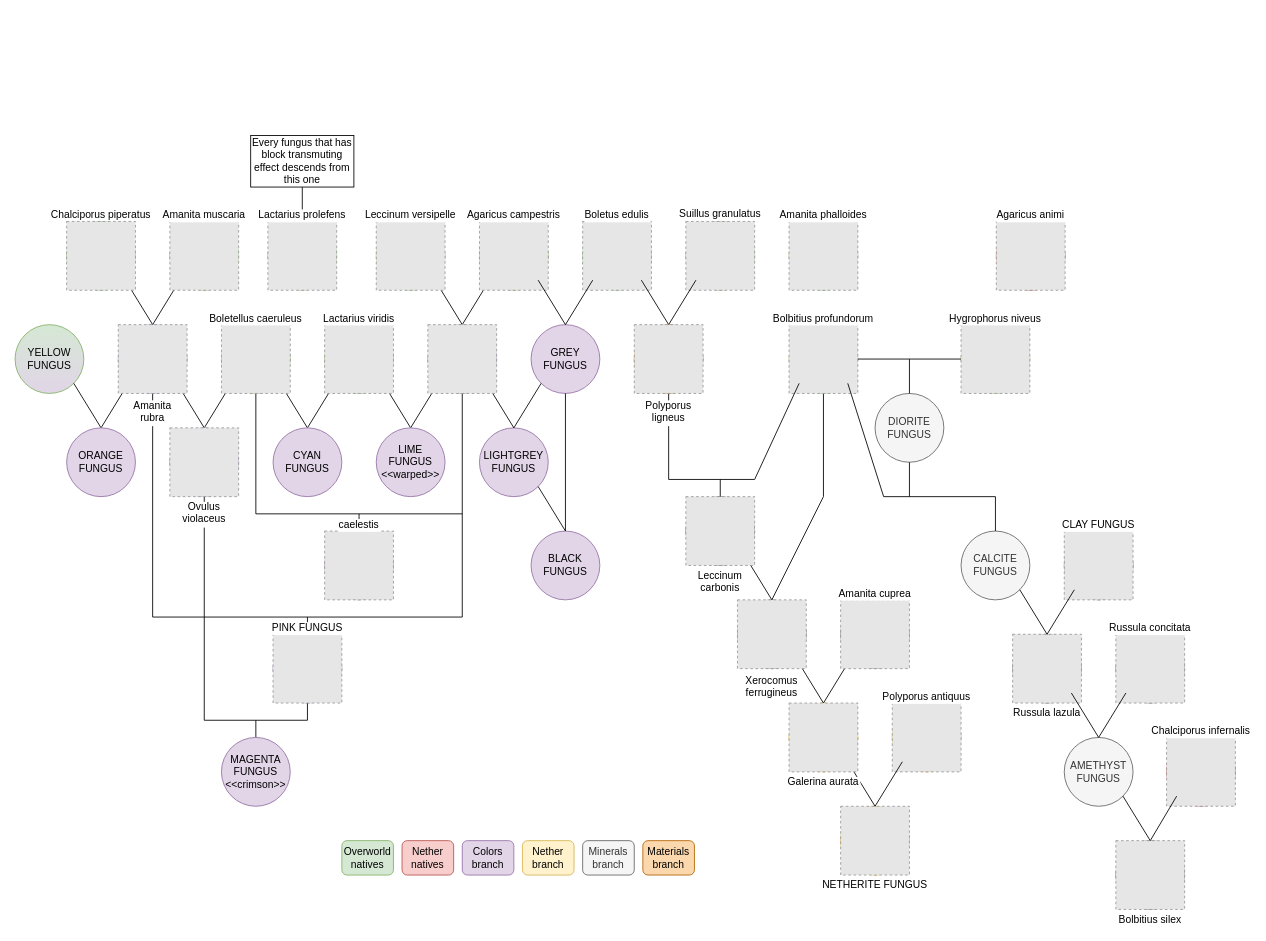
SimoMett/MycologyMC keeps this draw.io diagram as src/main/resources/data/mycologymod/mutations/mutations-diagram.drawio. Above is the earlier version. Source tidied: cells renumbered, new cells numbered last; positions are measured from the earlier drawing's top-left corner, leaving out a move shared by most shapes. Both pictures are drawn from the tidied source at 86%, with x=0, y=0 at pixel (15, 135). Pictures stored in the file or linked from it are replaced by grey dashed boxes.
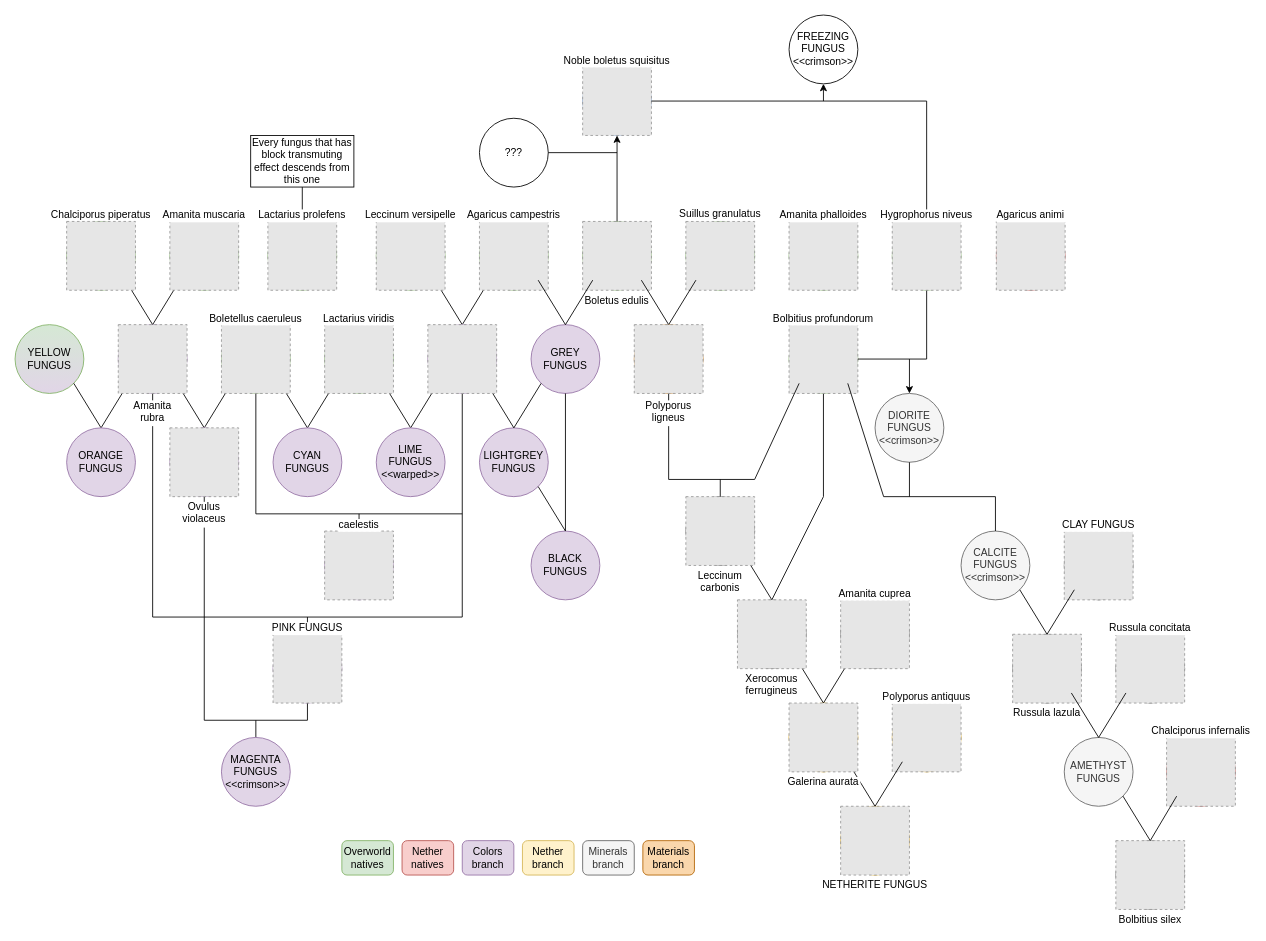
After the change.

Commit message (it also covers changes not shown here):
Added FREEZING_FUNGUS and more mutations

Unchanged cells that the change refers to:
```xml
<mxCell id="49" style="ellipse;whiteSpace=wrap;html=1;fillColor=#d5e8d4;strokeColor=#82b366;" parent="1" vertex="1">
  <mxGeometry x="660" y="100" width="80" height="80" as="geometry" />
</mxCell>
<mxCell id="72" style="ellipse;whiteSpace=wrap;html=1;fillColor=#d5e8d4;strokeColor=#82b366;" parent="1" vertex="1">
  <mxGeometry x="900" y="220" width="80" height="80" as="geometry" />
</mxCell>
<mxCell id="80" style="ellipse;whiteSpace=wrap;html=1;fillColor=#f5f5f5;fontColor=#333333;strokeColor=#666666;" parent="1" vertex="1">
  <mxGeometry x="840" y="540" width="80" height="80" as="geometry" />
</mxCell>
```

The edit, as a diff of the source:
```diff
@@
-    <mxCell id="59" value="Boletus edulis" style="fillColor=#E6E6E6;strokeColor=#999999;dashed=1;verticalLabelPosition=top;labelBackgroundColor=default;verticalAlign=bottom;spacing=0;labelPosition=center;align=center;" parent="1" vertex="1">
+    <mxCell id="59" value="Boletus edulis" style="fillColor=#E6E6E6;strokeColor=#999999;dashed=1;verticalLabelPosition=bottom;labelBackgroundColor=default;verticalAlign=top;spacing=0;labelPosition=center;align=center;" parent="1" vertex="1">
       <mxGeometry x="660" y="100" width="80" height="80" as="geometry" />
     </mxCell>
@@
-    <mxCell id="77" style="endArrow=none;html=1;rounded=0;entryX=0.5;entryY=1;entryDx=0;entryDy=0;" parent="1" edge="1" target="72">
+    <mxCell id="77" style="endArrow=none;html=1;rounded=0;entryX=0.5;entryY=1;entryDx=0;entryDy=0;exitX=0.5;exitY=0;exitDx=0;exitDy=0;" parent="1" edge="1" source="80" target="72">
       <mxGeometry relative="1" as="geometry">
-        <mxPoint x="940" y="420" as="sourcePoint" />
+        <Array as="points">
+          <mxPoint x="940" y="420" />
+        </Array>
       </mxGeometry>
     </mxCell>
@@
-    <mxCell id="87" value="Xerocomus&#10;ferrugineus" style="fillColor=#E6E6E6;strokeColor=#999999;dashed=1;verticalLabelPosition=bottom;labelBackgroundColor=default;verticalAlign=top;spacing=2;labelPosition=center;align=center;" parent="1" vertex="1">
+    <mxCell id="87" value="Xerocomus&#10;ferrugineus" style="fillColor=#E6E6E6;strokeColor=#999999;dashed=1;verticalLabelPosition=bottom;labelBackgroundColor=default;verticalAlign=top;spacing=0;labelPosition=center;align=center;" parent="1" vertex="1">
       <mxGeometry x="840" y="540" width="80" height="80" as="geometry" />
     </mxCell>
@@
     <mxCell id="110" style="ellipse;whiteSpace=wrap;html=1;fillColor=#d5e8d4;strokeColor=#82b366;" parent="1" vertex="1">
-      <mxGeometry x="1100" y="220" width="80" height="80" as="geometry" />
+      <mxGeometry x="1020" y="100" width="80" height="80" as="geometry" />
     </mxCell>
-    <mxCell id="111" value="Hygrophorus niveus" style="fillColor=#E6E6E6;strokeColor=#999999;dashed=1;verticalLabelPosition=top;labelBackgroundColor=default;verticalAlign=bottom;spacing=0;labelPosition=center;align=center;" parent="1" vertex="1">
-      <mxGeometry x="1100" y="220" width="80" height="80" as="geometry" />
-    </mxCell>
@@
-    <mxCell id="122" value="CALCITE&lt;div&gt;FUNGUS&lt;/div&gt;" style="ellipse;whiteSpace=wrap;html=1;fillColor=#f5f5f5;fontColor=#333333;strokeColor=#666666;" parent="1" vertex="1">
+    <mxCell id="122" value="CALCITE&lt;div&gt;FUNGUS&lt;/div&gt;&lt;div&gt;&amp;lt;&amp;lt;crimson&amp;gt;&amp;gt;&lt;/div&gt;" style="ellipse;whiteSpace=wrap;html=1;fillColor=#f5f5f5;fontColor=#333333;strokeColor=#666666;" parent="1" vertex="1">
       <mxGeometry x="1100" y="460" width="80" height="80" as="geometry" />
     </mxCell>
@@
-    <mxCell id="124" value="DIORITE&lt;div&gt;FUNGUS&lt;/div&gt;" style="ellipse;whiteSpace=wrap;html=1;fillColor=#f5f5f5;fontColor=#333333;strokeColor=#666666;" parent="1" vertex="1">
+    <mxCell id="124" value="DIORITE&lt;div&gt;FUNGUS&lt;/div&gt;&lt;div&gt;&amp;lt;&amp;lt;crimson&amp;gt;&amp;gt;&lt;/div&gt;" style="ellipse;whiteSpace=wrap;html=1;fillColor=#f5f5f5;fontColor=#333333;strokeColor=#666666;" parent="1" vertex="1">
       <mxGeometry x="1000" y="300" width="80" height="80" as="geometry" />
     </mxCell>
@@
-    <mxCell id="127" style="endArrow=none;html=1;rounded=0;entryX=1;entryY=0.5;entryDx=0;entryDy=0;exitX=0;exitY=0.5;exitDx=0;exitDy=0;" parent="1" edge="1" source="110" target="72">
-      <mxGeometry relative="1" as="geometry" />
+    <mxCell id="127" style="endArrow=none;html=1;rounded=0;entryX=1;entryY=0.5;entryDx=0;entryDy=0;exitX=0.5;exitY=1;exitDx=0;exitDy=0;" parent="1" edge="1" source="110" target="72">
+      <mxGeometry relative="1" as="geometry">
+        <Array as="points">
+          <mxPoint x="1060" y="260" />
+        </Array>
+      </mxGeometry>
     </mxCell>
-    <mxCell id="128" style="endArrow=none;html=1;rounded=0;exitX=0.5;exitY=0;exitDx=0;exitDy=0;" parent="1" edge="1" source="124">
-      <mxGeometry relative="1" as="geometry">
-        <mxPoint x="1040" y="260" as="targetPoint" />
-      </mxGeometry>
-    </mxCell>
@@
-    <mxCell id="132" style="endArrow=none;html=1;rounded=0;exitX=0.5;exitY=0;exitDx=0;exitDy=0;" parent="1" edge="1" source="80">
-      <mxGeometry relative="1" as="geometry">
-        <mxPoint x="940" y="420" as="targetPoint" />
-      </mxGeometry>
-    </mxCell>
@@
+    <mxCell id="135" style="ellipse;whiteSpace=wrap;html=1;fillColor=#dae8fc;strokeColor=#6c8ebf;" parent="1" vertex="1">
+      <mxGeometry x="660" y="-80" width="80" height="80" as="geometry" />
+    </mxCell>
+    <mxCell id="136" value="Noble boletus squisitus" style="fillColor=#E6E6E6;strokeColor=#999999;dashed=1;verticalLabelPosition=top;labelBackgroundColor=default;verticalAlign=bottom;spacing=0;labelPosition=center;align=center;" parent="1" vertex="1">
+      <mxGeometry x="660" y="-80" width="80" height="80" as="geometry" />
+    </mxCell>
+    <mxCell id="137" value="???" style="ellipse;whiteSpace=wrap;html=1;" parent="1" vertex="1">
+      <mxGeometry x="540" y="-20" width="80" height="80" as="geometry" />
+    </mxCell>
+    <mxCell id="138" style="endArrow=none;html=1;rounded=0;exitX=1;exitY=0.5;exitDx=0;exitDy=0;" parent="1" edge="1" source="137">
+      <mxGeometry relative="1" as="geometry">
+        <mxPoint x="700" y="20" as="targetPoint" />
+      </mxGeometry>
+    </mxCell>
+    <mxCell id="139" style="endArrow=classic;html=1;rounded=0;entryX=0.5;entryY=1;entryDx=0;entryDy=0;exitX=0.5;exitY=0;exitDx=0;exitDy=0;" parent="1" edge="1" source="49" target="135">
+      <mxGeometry relative="1" as="geometry" />
+    </mxCell>
+    <mxCell id="140" style="endArrow=classic;html=1;rounded=0;entryX=0.5;entryY=0;entryDx=0;entryDy=0;" parent="1" edge="1" target="124">
+      <mxGeometry relative="1" as="geometry">
+        <mxPoint x="1040" y="260" as="sourcePoint" />
+      </mxGeometry>
+    </mxCell>
+    <mxCell id="141" style="endArrow=none;html=1;rounded=0;exitX=1;exitY=0.5;exitDx=0;exitDy=0;entryX=0.5;entryY=0;entryDx=0;entryDy=0;" parent="1" edge="1" source="135" target="110">
+      <mxGeometry relative="1" as="geometry">
+        <Array as="points">
+          <mxPoint x="1060" y="-40" />
+        </Array>
+      </mxGeometry>
+    </mxCell>
+    <mxCell id="142" style="endArrow=classic;html=1;rounded=0;entryX=0.5;entryY=1;entryDx=0;entryDy=0;" parent="1" edge="1" target="143">
+      <mxGeometry relative="1" as="geometry">
+        <mxPoint x="940" y="-40" as="sourcePoint" />
+      </mxGeometry>
+    </mxCell>
+    <mxCell id="143" value="FREEZING&lt;div&gt;FUNGUS&lt;/div&gt;&lt;div&gt;&amp;lt;&amp;lt;crimson&amp;gt;&amp;gt;&lt;/div&gt;" style="ellipse;whiteSpace=wrap;html=1;" parent="1" vertex="1">
+      <mxGeometry x="900" y="-140" width="80" height="80" as="geometry" />
+    </mxCell>
+    <mxCell id="111" value="Hygrophorus niveus" style="fillColor=#E6E6E6;strokeColor=#999999;dashed=1;verticalLabelPosition=top;labelBackgroundColor=default;verticalAlign=bottom;spacing=0;labelPosition=center;align=center;" parent="1" vertex="1">
+      <mxGeometry x="1020" y="100" width="80" height="80" as="geometry" />
+    </mxCell>
```
